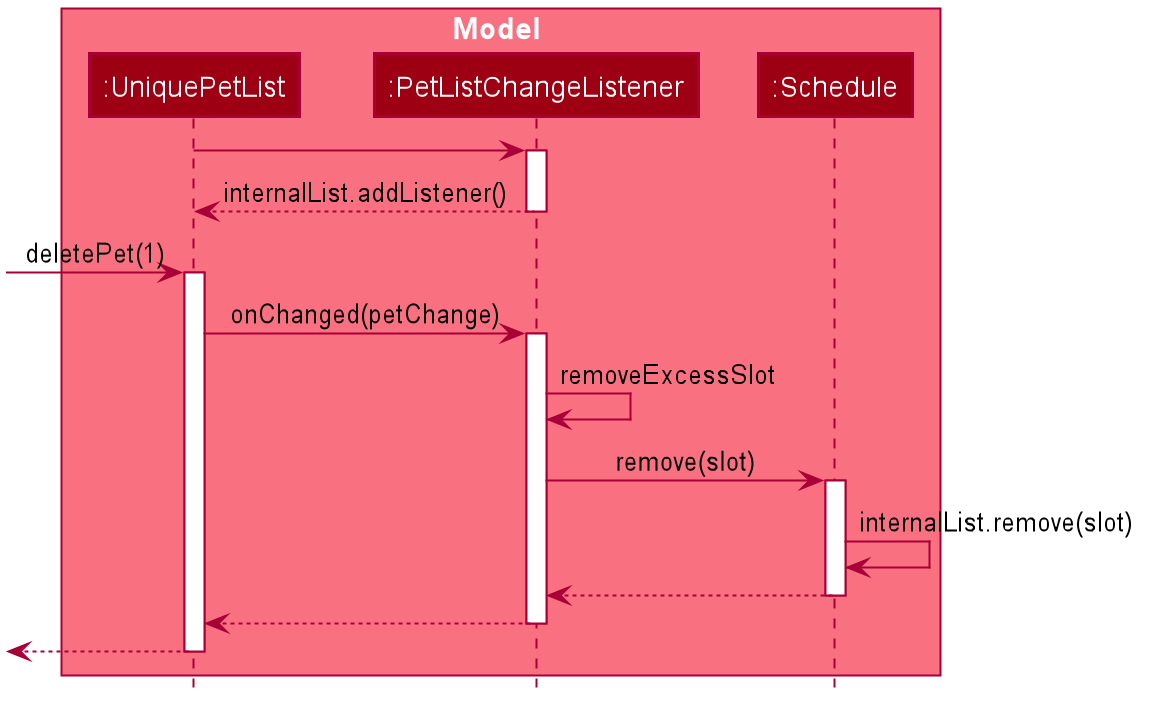
Before: docs/images/dev-guide/SlotAutoUpdateSequenceDiagram.png, a diagram exported from PlantUML (umaikaze/main).
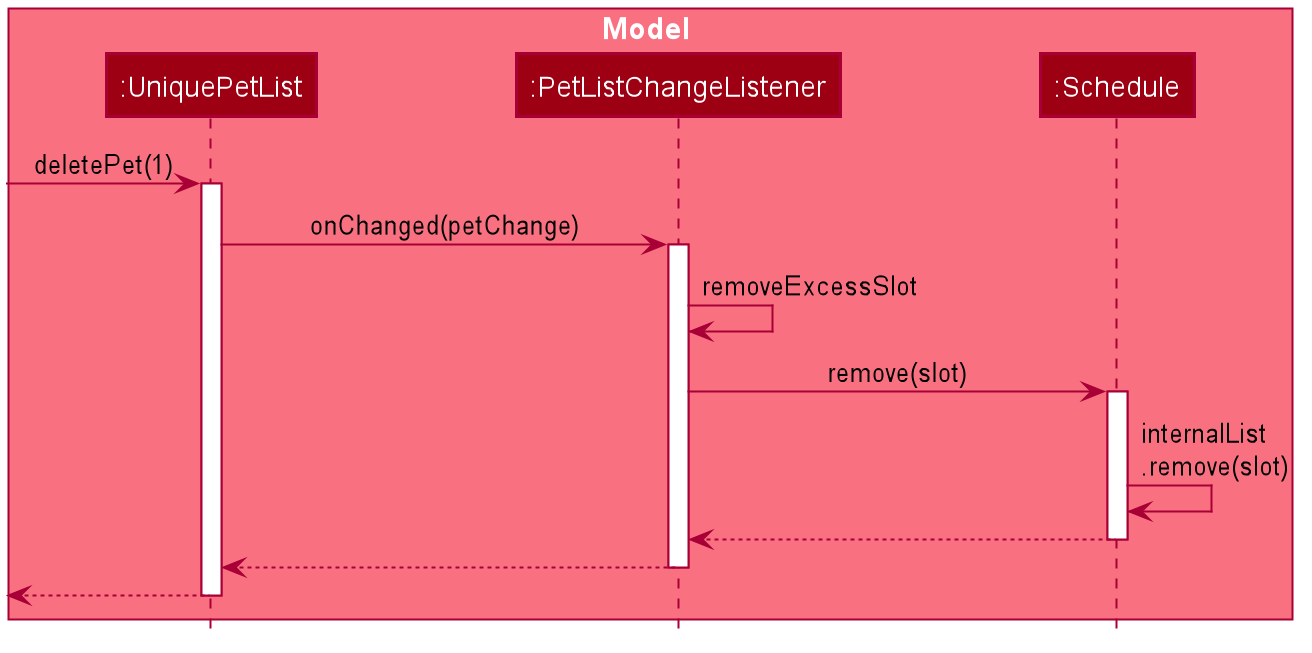
After the change.

Commit message:
Improve SlotAutoUpdateSequenceDiagram for better accuracy and readability

The edit, as a diff of the source:
```diff
@@ -48,17 +48,13 @@
 hide members
 hide circle
 
+skinparam ParticipantPadding 45
+
 box Model #F97181
 participant ":UniquePetList" as UniquePetList #9D0012
 participant ":PetListChangeListener" as PetListChangeListener #9D0012
 participant ":Schedule" as Schedule #9D0012
 end box
-
-UniquePetList -> PetListChangeListener
-activate PetListChangeListener
-
-PetListChangeListener --> UniquePetList : internalList.addListener()
-deactivate PetListChangeListener
 
 [-> UniquePetList : deletePet(1)
 activate UniquePetList
@@ -71,7 +67,7 @@
 PetListChangeListener -> Schedule : remove(slot)
 activate Schedule
 
-Schedule -> Schedule : internalList.remove(slot)
+Schedule -> Schedule : internalList\n.remove(slot)
 
 Schedule --> PetListChangeListener
 deactivate Schedule
```
